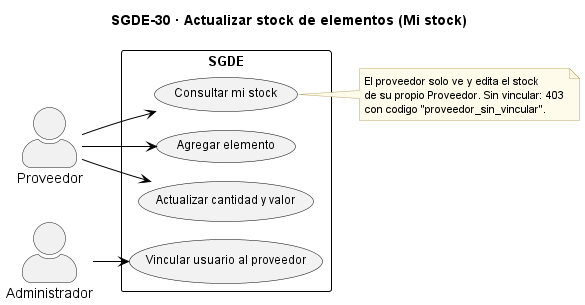
Before: docs/casos_uso_sgde/SGDE-30_Actualizar_stock.png, a diagram exported from PlantUML (AndreCamx2/Gestion-De-Eventos).
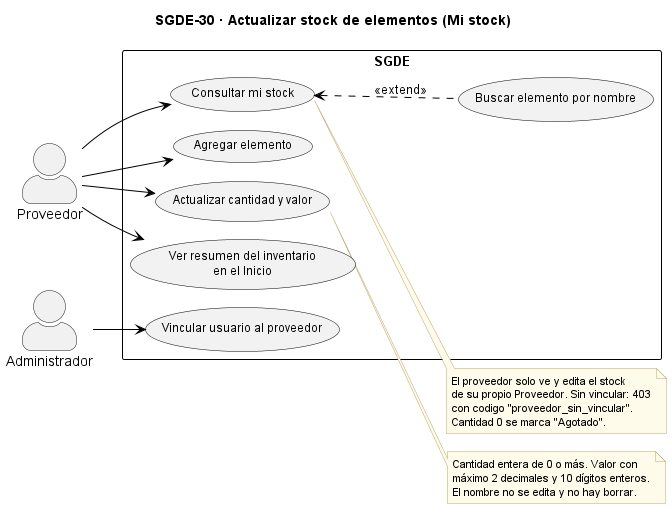
After the change.

Diff of the diagram source:
```diff
@@ -29,16 +29,27 @@
   usecase "Agregar elemento" as UC2
   usecase "Actualizar cantidad y valor" as UC3
   usecase "Vincular usuario al proveedor" as UC4
+  usecase "Buscar elemento por nombre" as UC5
+  usecase "Ver resumen del inventario\nen el Inicio" as UC6
 }
 
 PR --> UC1
 PR --> UC2
 PR --> UC3
+PR --> UC6
 AD --> UC4
+UC1 <.. UC5 : <<extend>>
 
 note right of UC1
   El proveedor solo ve y edita el stock
   de su propio Proveedor. Sin vincular: 403
   con codigo "proveedor_sin_vincular".
+  Cantidad 0 se marca "Agotado".
+end note
+
+note right of UC3
+  Cantidad entera de 0 o más. Valor con
+  máximo 2 decimales y 10 dígitos enteros.
+  El nombre no se edita y no hay borrar.
 end note
 @enduml
```
